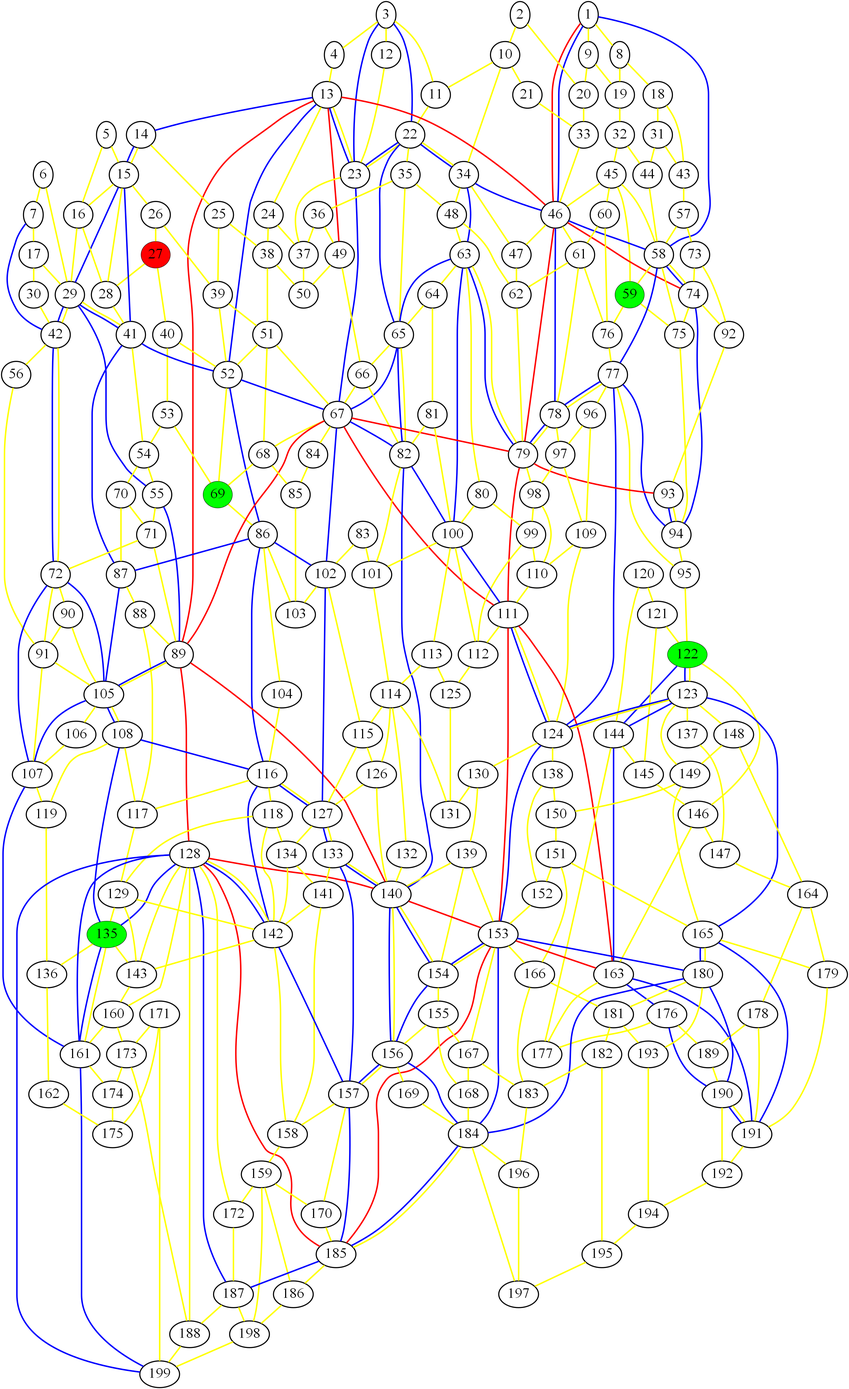
Earlier version of the Graphviz export end_graph.png (ed-churchill/complex-systems-project). Its source is kept beside it as end_graph.gv.
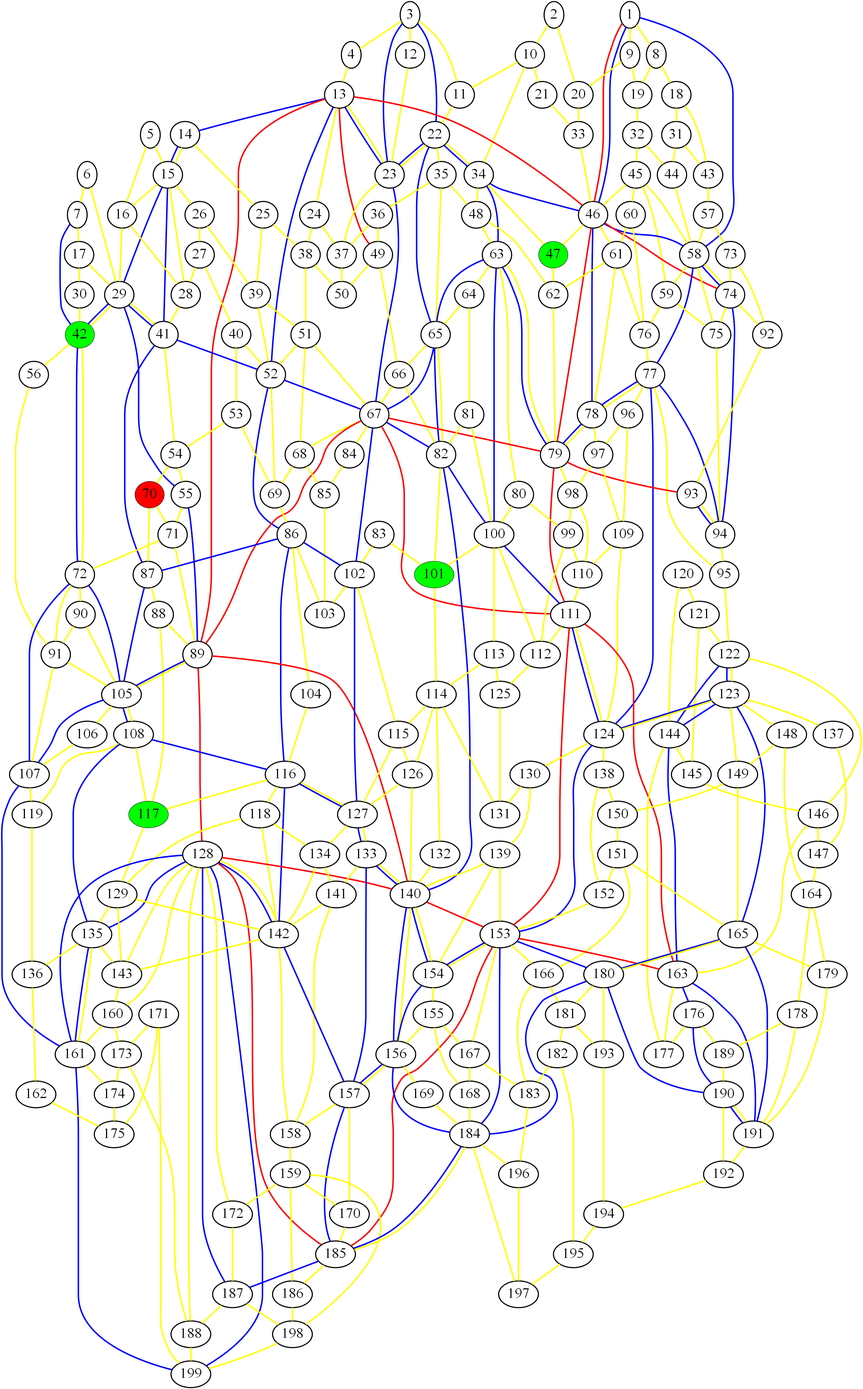
Above is the later version.

The edit, as a diff of the source:
```diff
@@ -1,9 +1,9 @@
 graph london_graph {
-27 [fillcolor=red, fontsize=40, pendwidth=3, style=filled];
-69 [fillcolor=green, fontsize=40, pendwidth=3, style=filled];
-135 [fillcolor=green, fontsize=40, pendwidth=3, style=filled];
-59 [fillcolor=green, fontsize=40, pendwidth=3, style=filled];
-122 [fillcolor=green, fontsize=40, pendwidth=3, style=filled];
+70 [fillcolor=red, fontsize=40, pendwidth=3, style=filled];
+42 [fillcolor=green, fontsize=40, pendwidth=3, style=filled];
+47 [fillcolor=green, fontsize=40, pendwidth=3, style=filled];
+117 [fillcolor=green, fontsize=40, pendwidth=3, style=filled];
+101 [fillcolor=green, fontsize=40, pendwidth=3, style=filled];
 1 [fontsize=40, penwidth=3];
 2 [fontsize=40, penwidth=3];
 3 [fontsize=40, penwidth=3];
@@ -30,6 +30,7 @@
 24 [fontsize=40, penwidth=3];
 25 [fontsize=40, penwidth=3];
 26 [fontsize=40, penwidth=3];
+27 [fontsize=40, penwidth=3];
 28 [fontsize=40, penwidth=3];
 29 [fontsize=40, penwidth=3];
 30 [fontsize=40, penwidth=3];
@@ -44,12 +45,10 @@
 39 [fontsize=40, penwidth=3];
 40 [fontsize=40, penwidth=3];
 41 [fontsize=40, penwidth=3];
-42 [fontsize=40, penwidth=3];
 43 [fontsize=40, penwidth=3];
 44 [fontsize=40, penwidth=3];
 45 [fontsize=40, penwidth=3];
 46 [fontsize=40, penwidth=3];
-47 [fontsize=40, penwidth=3];
 48 [fontsize=40, penwidth=3];
 49 [fontsize=40, penwidth=3];
 50 [fontsize=40, penwidth=3];
@@ -61,6 +60,7 @@
 56 [fontsize=40, penwidth=3];
 57 [fontsize=40, penwidth=3];
 58 [fontsize=40, penwidth=3];
+59 [fontsize=40, penwidth=3];
 60 [fontsize=40, penwidth=3];
 61 [fontsize=40, penwidth=3];
 62 [fontsize=40, penwidth=3];
@@ -70,7 +70,7 @@
 66 [fontsize=40, penwidth=3];
 67 [fontsize=40, penwidth=3];
 68 [fontsize=40, penwidth=3];
-70 [fontsize=40, penwidth=3];
+69 [fontsize=40, penwidth=3];
 71 [fontsize=40, penwidth=3];
 72 [fontsize=40, penwidth=3];
 73 [fontsize=40, penwidth=3];
@@ -101,7 +101,6 @@
 98 [fontsize=40, penwidth=3];
 99 [fontsize=40, penwidth=3];
 100 [fontsize=40, penwidth=3];
-101 [fontsize=40, penwidth=3];
 102 [fontsize=40, penwidth=3];
 103 [fontsize=40, penwidth=3];
 104 [fontsize=40, penwidth=3];
@@ -117,11 +116,11 @@
 114 [fontsize=40, penwidth=3];
 115 [fontsize=40, penwidth=3];
 116 [fontsize=40, penwidth=3];
-117 [fontsize=40, penwidth=3];
 118 [fontsize=40, penwidth=3];
 119 [fontsize=40, penwidth=3];
 120 [fontsize=40, penwidth=3];
 121 [fontsize=40, penwidth=3];
+122 [fontsize=40, penwidth=3];
 123 [fontsize=40, penwidth=3];
 124 [fontsize=40, penwidth=3];
 125 [fontsize=40, penwidth=3];
@@ -134,6 +133,7 @@
 132 [fontsize=40, penwidth=3];
 133 [fontsize=40, penwidth=3];
 134 [fontsize=40, penwidth=3];
+135 [fontsize=40, penwidth=3];
 136 [fontsize=40, penwidth=3];
 137 [fontsize=40, penwidth=3];
 138 [fontsize=40, penwidth=3];
```
